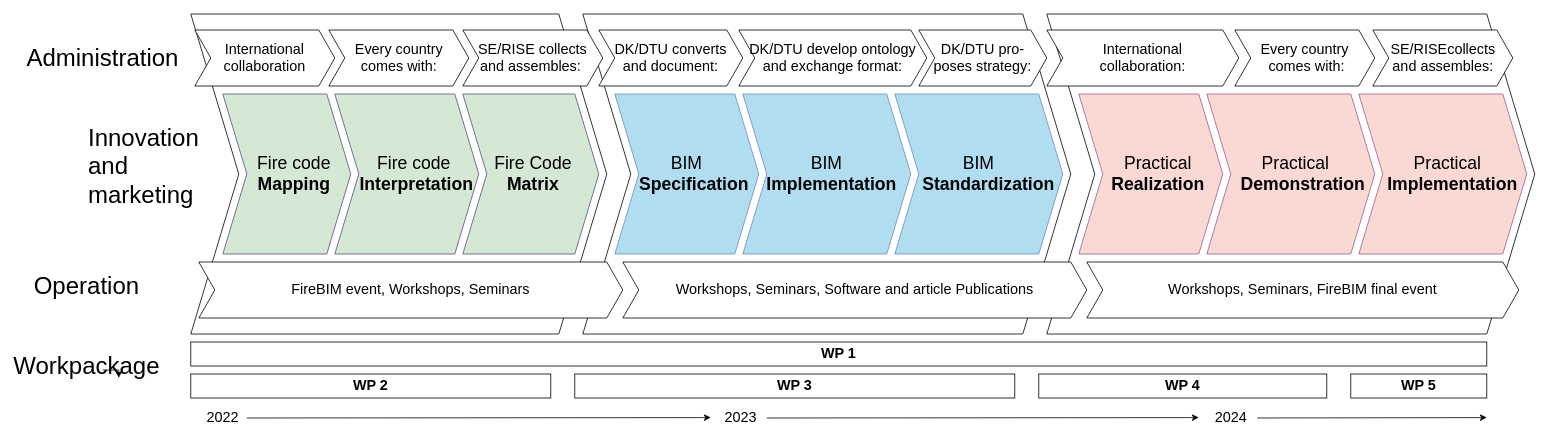
Above: diagram/FireBIM.drawio in Kristoffernegendahl/fireBIM (draw.io), before the change. Source tidied: cells renumbered, new cells numbered last; positions are measured from the earlier drawing's top-left corner, leaving out a move shared by most shapes. Both pictures are drawn from the tidied source at 80%, with x=0, y=0 at pixel (70, 14).
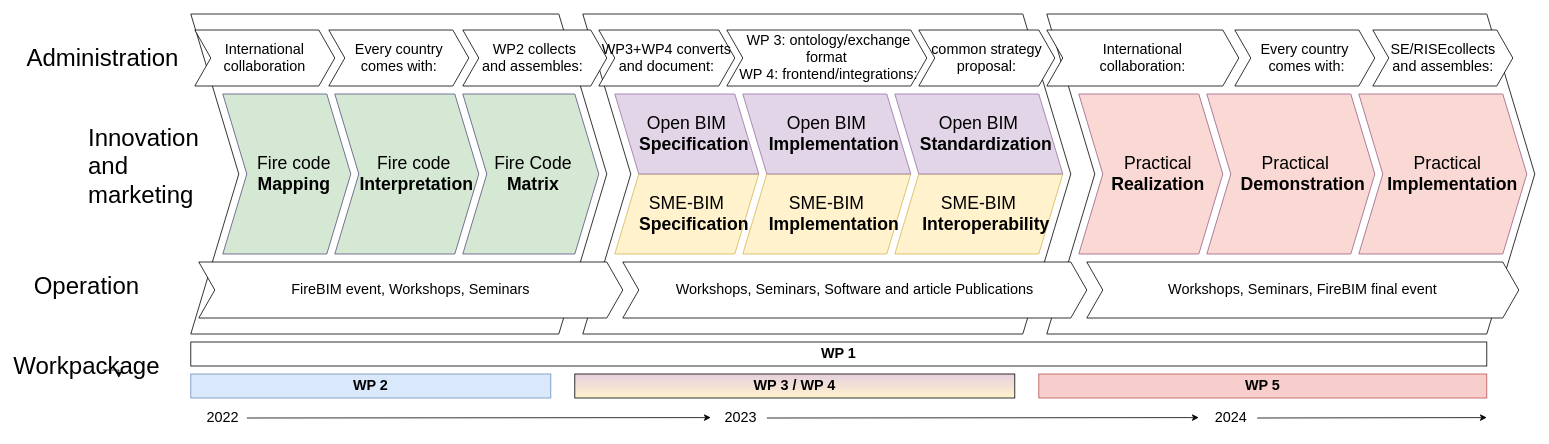
After the change.

The edit, as a diff of the source:
```diff
@@
+    <mxCell id="6" style="shape=step;perimeter=stepPerimeter;whiteSpace=wrap;html=1;fixedSize=1;size=60;" parent="1" vertex="1">
+      <mxGeometry x="640" width="610" height="400" as="geometry" />
+    </mxCell>
+    <mxCell id="42" value="&lt;div style=&quot;font-size: 22px&quot;&gt;SME-BIM&lt;/div&gt;&lt;div style=&quot;font-size: 22px&quot;&gt;&amp;nbsp; &amp;nbsp;&lt;b&gt;Specification&lt;/b&gt;&lt;/div&gt;" style="shape=parallelogram;perimeter=parallelogramPerimeter;whiteSpace=wrap;html=1;fixedSize=1;size=30;fillColor=#fff2cc;strokeColor=#d6b656;" parent="1" vertex="1">
+      <mxGeometry x="680" y="200" width="180" height="100" as="geometry" />
+    </mxCell>
+    <mxCell id="43" value="&lt;div style=&quot;font-size: 22px&quot;&gt;Open BIM&lt;/div&gt;&lt;div style=&quot;font-size: 22px&quot;&gt;&amp;nbsp; &amp;nbsp;&lt;b&gt;Specification&lt;/b&gt;&lt;/div&gt;" style="shape=parallelogram;perimeter=parallelogramPerimeter;whiteSpace=wrap;html=1;fixedSize=1;size=30;flipV=1;fillColor=#e1d5e7;strokeColor=#9673a6;" parent="1" vertex="1">
+      <mxGeometry x="680" y="100" width="180" height="100" as="geometry" />
+    </mxCell>
@@
-    <mxCell id="6" style="shape=step;perimeter=stepPerimeter;whiteSpace=wrap;html=1;fixedSize=1;size=60;" parent="1" vertex="1">
-      <mxGeometry x="640" width="610" height="400" as="geometry" />
-    </mxCell>
-    <mxCell id="7" value="&lt;div style=&quot;font-size: 22px&quot;&gt;&lt;font style=&quot;font-size: 22px&quot;&gt;BIM&lt;/font&gt;&lt;/div&gt;&lt;div style=&quot;font-size: 22px&quot;&gt;&lt;font style=&quot;font-size: 22px&quot;&gt;&amp;nbsp; &amp;nbsp;&lt;b&gt;Specification&lt;/b&gt;&lt;/font&gt;&lt;/div&gt;" style="shape=step;perimeter=stepPerimeter;whiteSpace=wrap;html=1;fixedSize=1;size=30;align=center;fillColor=#B1DDF0;strokeColor=#6c8ebf;" parent="1" vertex="1">
-      <mxGeometry x="680" y="100" width="180" height="200" as="geometry" />
-    </mxCell>
-    <mxCell id="8" value="&lt;font style=&quot;font-size: 22px&quot;&gt;&amp;nbsp; &amp;nbsp; &amp;nbsp; &amp;nbsp; &amp;nbsp; &amp;nbsp; &amp;nbsp;BIM&amp;nbsp; &amp;nbsp; &amp;nbsp; &amp;nbsp; &amp;nbsp; &amp;nbsp; &amp;nbsp; &amp;nbsp; &lt;b&gt;Implementation&lt;/b&gt;&lt;/font&gt;" style="shape=step;perimeter=stepPerimeter;whiteSpace=wrap;html=1;fixedSize=1;size=30;fillColor=#B1DDF0;strokeColor=#6c8ebf;" parent="1" vertex="1">
-      <mxGeometry x="840" y="100" width="210" height="200" as="geometry" />
-    </mxCell>
-    <mxCell id="9" value="&lt;font style=&quot;font-size: 22px&quot;&gt;&amp;nbsp; &amp;nbsp; &amp;nbsp; &amp;nbsp; &amp;nbsp; &amp;nbsp; &amp;nbsp;BIM&amp;nbsp; &amp;nbsp; &amp;nbsp; &amp;nbsp; &amp;nbsp; &amp;nbsp; &amp;nbsp; &amp;nbsp; &amp;nbsp;&amp;nbsp;&lt;b&gt;Standardization&lt;/b&gt;&lt;/font&gt;" style="shape=step;perimeter=stepPerimeter;whiteSpace=wrap;html=1;fixedSize=1;size=30;fillColor=#B1DDF0;strokeColor=#6c8ebf;" parent="1" vertex="1">
-      <mxGeometry x="1030" y="100" width="210" height="200" as="geometry" />
-    </mxCell>
@@
-    <mxCell id="18" value="&lt;font style=&quot;font-size: 18px&quot;&gt;SE/RISE collects &lt;br&gt;and assembles:&amp;nbsp;&lt;/font&gt;" style="shape=step;perimeter=stepPerimeter;whiteSpace=wrap;html=1;fixedSize=1;size=20;" parent="1" vertex="1">
-      <mxGeometry x="490" y="20" width="175" height="70" as="geometry" />
+    <mxCell id="18" value="&lt;font style=&quot;font-size: 18px&quot;&gt;WP2 collects &lt;br&gt;and assembles:&amp;nbsp;&lt;/font&gt;" style="shape=step;perimeter=stepPerimeter;whiteSpace=wrap;html=1;fixedSize=1;size=20;" parent="1" vertex="1">
+      <mxGeometry x="490" y="20" width="180" height="70" as="geometry" />
     </mxCell>
@@
-    <mxCell id="20" value="&lt;font style=&quot;font-size: 18px&quot;&gt;DK/DTU converts &lt;br&gt;and document:&lt;/font&gt;" style="shape=step;perimeter=stepPerimeter;whiteSpace=wrap;html=1;fixedSize=1;size=20;" parent="1" vertex="1">
-      <mxGeometry x="660" y="20" width="180" height="70" as="geometry" />
+    <mxCell id="20" value="&lt;font style=&quot;font-size: 18px&quot;&gt;WP3+WP4 converts &lt;br&gt;and document:&lt;/font&gt;" style="shape=step;perimeter=stepPerimeter;whiteSpace=wrap;html=1;fixedSize=1;size=20;" parent="1" vertex="1">
+      <mxGeometry x="660" y="20" width="170" height="70" as="geometry" />
     </mxCell>
-    <mxCell id="21" value="&lt;font style=&quot;font-size: 18px&quot;&gt;DK/DTU develop ontology&lt;br&gt;and exchange format:&lt;/font&gt;" style="shape=step;perimeter=stepPerimeter;whiteSpace=wrap;html=1;fixedSize=1;size=20;" parent="1" vertex="1">
-      <mxGeometry x="835" y="20" width="235" height="70" as="geometry" />
+    <mxCell id="21" value="&lt;font style=&quot;font-size: 18px&quot;&gt;&amp;nbsp;WP 3: ontology/exchange format&lt;br&gt;&amp;nbsp;WP 4: frontend/integrations:&lt;/font&gt;" style="shape=step;perimeter=stepPerimeter;whiteSpace=wrap;html=1;fixedSize=1;size=20;" parent="1" vertex="1">
+      <mxGeometry x="820" y="20" width="250" height="70" as="geometry" />
     </mxCell>
-    <mxCell id="22" value="&lt;font style=&quot;font-size: 18px&quot;&gt;DK/DTU pro-&lt;br&gt;poses strategy:&lt;/font&gt;" style="shape=step;perimeter=stepPerimeter;whiteSpace=wrap;html=1;fixedSize=1;size=20;" parent="1" vertex="1">
-      <mxGeometry x="1060" y="20" width="160" height="70" as="geometry" />
+    <mxCell id="22" value="&lt;font style=&quot;font-size: 18px&quot;&gt;common strategy proposal:&lt;/font&gt;" style="shape=step;perimeter=stepPerimeter;whiteSpace=wrap;html=1;fixedSize=1;size=20;" parent="1" vertex="1">
+      <mxGeometry x="1060" y="20" width="170" height="70" as="geometry" />
     </mxCell>
@@
-    <mxCell id="30" value="&lt;font style=&quot;font-size: 18px&quot;&gt;&lt;b&gt;WP 2&lt;br&gt;&lt;/b&gt;&lt;/font&gt;" style="rounded=0;whiteSpace=wrap;html=1;fillColor=#FFFFFF;" parent="1" vertex="1">
+    <mxCell id="30" value="&lt;font style=&quot;font-size: 18px&quot;&gt;&lt;b&gt;WP 2&lt;br&gt;&lt;/b&gt;&lt;/font&gt;" style="rounded=0;whiteSpace=wrap;html=1;fillColor=#dae8fc;strokeColor=#6c8ebf;" parent="1" vertex="1">
       <mxGeometry x="150" y="450" width="450" height="30" as="geometry" />
     </mxCell>
-    <mxCell id="31" value="&lt;font style=&quot;font-size: 18px&quot;&gt;&lt;b&gt;WP 3&lt;br&gt;&lt;/b&gt;&lt;/font&gt;" style="rounded=0;whiteSpace=wrap;html=1;fillColor=#FFFFFF;" parent="1" vertex="1">
+    <mxCell id="31" value="&lt;font style=&quot;font-size: 18px&quot;&gt;&lt;b&gt;WP 3 / WP 4&lt;br&gt;&lt;/b&gt;&lt;/font&gt;" style="rounded=0;whiteSpace=wrap;html=1;fillColor=#E6D0DE;gradientColor=#FFF2CC;gradientDirection=south;" parent="1" vertex="1">
       <mxGeometry x="630" y="450" width="550" height="30" as="geometry" />
     </mxCell>
-    <mxCell id="32" value="&lt;font style=&quot;font-size: 18px&quot;&gt;&lt;b&gt;WP 4&lt;br&gt;&lt;/b&gt;&lt;/font&gt;" style="rounded=0;whiteSpace=wrap;html=1;fillColor=#FFFFFF;" parent="1" vertex="1">
-      <mxGeometry x="1210" y="450" width="360" height="30" as="geometry" />
-    </mxCell>
-    <mxCell id="33" value="&lt;font style=&quot;font-size: 18px&quot;&gt;&lt;b&gt;WP 5&lt;br&gt;&lt;/b&gt;&lt;/font&gt;" style="rounded=0;whiteSpace=wrap;html=1;fillColor=#FFFFFF;" parent="1" vertex="1">
-      <mxGeometry x="1600" y="450" width="170" height="30" as="geometry" />
+    <mxCell id="33" value="&lt;font style=&quot;font-size: 18px&quot;&gt;&lt;b&gt;WP 5&lt;br&gt;&lt;/b&gt;&lt;/font&gt;" style="rounded=0;whiteSpace=wrap;html=1;fillColor=#f8cecc;strokeColor=#b85450;" parent="1" vertex="1">
+      <mxGeometry x="1210" y="450" width="560" height="30" as="geometry" />
     </mxCell>
@@
+    <mxCell id="44" value="&lt;span style=&quot;font-size: 22px&quot;&gt;SME-&lt;/span&gt;&lt;span style=&quot;font-size: 22px&quot;&gt;BIM&lt;/span&gt;&lt;span style=&quot;font-size: 22px&quot;&gt;&lt;br&gt;&lt;/span&gt;&lt;div style=&quot;font-size: 22px&quot;&gt;&amp;nbsp; &amp;nbsp;&lt;b&gt;Implementation&lt;/b&gt;&lt;/div&gt;" style="shape=parallelogram;perimeter=parallelogramPerimeter;whiteSpace=wrap;html=1;fixedSize=1;size=30;fillColor=#fff2cc;strokeColor=#d6b656;" parent="1" vertex="1">
+      <mxGeometry x="840" y="200" width="210" height="100" as="geometry" />
+    </mxCell>
+    <mxCell id="45" value="&lt;div style=&quot;font-size: 22px&quot;&gt;Open BIM&lt;/div&gt;&lt;div style=&quot;font-size: 22px&quot;&gt;&amp;nbsp; &amp;nbsp;&lt;b&gt;Implementation&lt;/b&gt;&lt;/div&gt;" style="shape=parallelogram;perimeter=parallelogramPerimeter;whiteSpace=wrap;html=1;fixedSize=1;size=30;flipV=1;fillColor=#e1d5e7;strokeColor=#9673a6;" parent="1" vertex="1">
+      <mxGeometry x="840" y="100" width="210" height="100" as="geometry" />
+    </mxCell>
+    <mxCell id="46" value="&lt;span style=&quot;font-size: 22px&quot;&gt;SME-&lt;/span&gt;&lt;span style=&quot;font-size: 22px&quot;&gt;BIM&lt;/span&gt;&lt;span style=&quot;font-size: 22px&quot;&gt;&lt;br&gt;&lt;/span&gt;&lt;div style=&quot;font-size: 22px&quot;&gt;&amp;nbsp; &amp;nbsp;&lt;b&gt;Interoperability&lt;/b&gt;&lt;/div&gt;" style="shape=parallelogram;perimeter=parallelogramPerimeter;whiteSpace=wrap;html=1;fixedSize=1;size=30;fillColor=#fff2cc;strokeColor=#d6b656;" parent="1" vertex="1">
+      <mxGeometry x="1030" y="200" width="210" height="100" as="geometry" />
+    </mxCell>
+    <mxCell id="47" value="&lt;div style=&quot;font-size: 22px&quot;&gt;Open BIM&lt;/div&gt;&lt;div style=&quot;font-size: 22px&quot;&gt;&amp;nbsp; &amp;nbsp;&lt;b&gt;Standardization&lt;/b&gt;&lt;/div&gt;" style="shape=parallelogram;perimeter=parallelogramPerimeter;whiteSpace=wrap;html=1;fixedSize=1;size=30;flipV=1;fillColor=#e1d5e7;strokeColor=#9673a6;" parent="1" vertex="1">
+      <mxGeometry x="1030" y="100" width="210" height="100" as="geometry" />
+    </mxCell>
```
